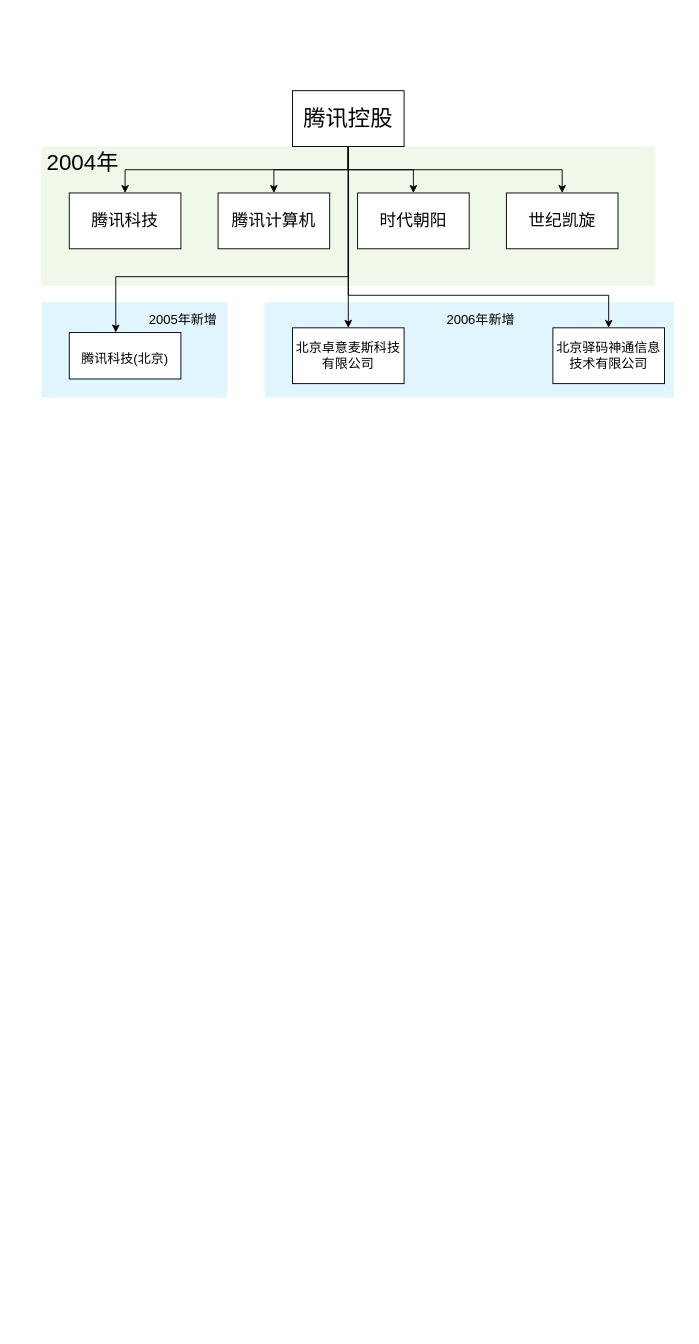
Above: 未命名绘图.drawio in whuWHX/MS (draw.io), before the change. Source tidied: cells renumbered, new cells numbered last; positions are measured from the earlier drawing's top-left corner, leaving out a move shared by most shapes. Both pictures are drawn from the tidied source at 93%, with x=0, y=0 at pixel (41, 90).
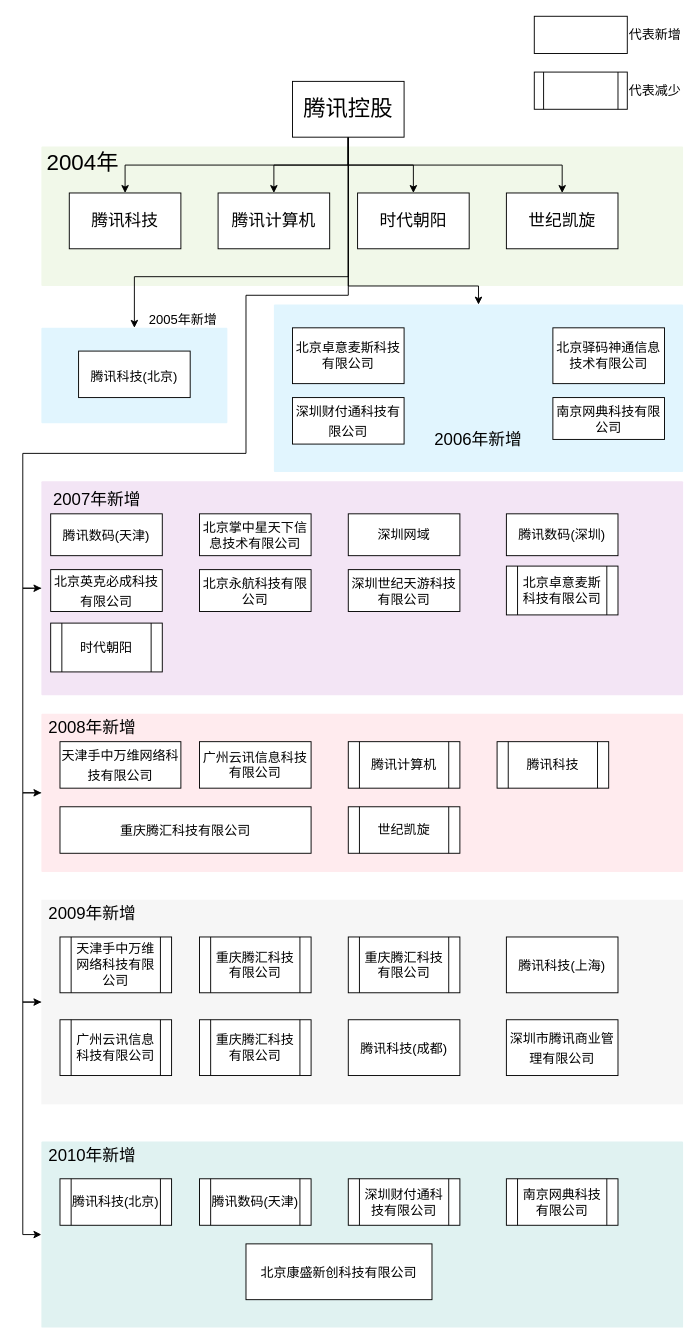
After the change.

Commit message (it also covers changes not shown here):
更新未命名绘图.drawio

Unchanged cells that the change refers to:
```xml
<mxCell id="19" value="北京卓意麦斯科技有限公司" style="rounded=0;whiteSpace=wrap;html=1;fontSize=14;" parent="1" vertex="1">
  <mxGeometry x="270" y="255" width="120" height="60" as="geometry" />
</mxCell>
<mxCell id="20" value="北京驿码神通信息技术有限公司" style="rounded=0;whiteSpace=wrap;html=1;fontSize=14;" parent="1" vertex="1">
  <mxGeometry x="550" y="255" width="120" height="60" as="geometry" />
</mxCell>
```

Diff of the diagram source:
```diff
@@
+    <mxCell id="23" style="sketch=0;points=[[0,0,0],[0.25,0,0],[0.5,0,0],[0.75,0,0],[1,0,0],[1,0.25,0],[1,0.5,0],[1,0.75,0],[1,1,0],[0.75,1,0],[0.5,1,0],[0.25,1,0],[0,1,0],[0,0.75,0],[0,0.5,0],[0,0.25,0]];rounded=1;absoluteArcSize=1;arcSize=2;html=1;strokeColor=none;gradientColor=none;shadow=0;dashed=0;fontSize=12;fontColor=#9E9E9E;align=left;verticalAlign=top;spacing=10;spacingTop=-4;fillColor=#E0F2F1;" parent="1" vertex="1">
+      <mxGeometry y="1130" width="690" height="200" as="geometry" />
+    </mxCell>
+    <mxCell id="24" style="edgeStyle=orthogonalEdgeStyle;rounded=0;jettySize=auto;html=1;exitX=0;exitY=0.5;exitDx=0;exitDy=0;exitPerimeter=0;entryX=0;entryY=0.5;entryDx=0;entryDy=0;entryPerimeter=0;fontSize=14;" parent="1" edge="1" source="25" target="39">
+      <mxGeometry relative="1" as="geometry" />
+    </mxCell>
+    <mxCell id="25" style="sketch=0;points=[[0,0,0],[0.25,0,0],[0.5,0,0],[0.75,0,0],[1,0,0],[1,0.25,0],[1,0.5,0],[1,0.75,0],[1,1,0],[0.75,1,0],[0.5,1,0],[0.25,1,0],[0,1,0],[0,0.75,0],[0,0.5,0],[0,0.25,0]];rounded=1;absoluteArcSize=1;arcSize=2;html=1;strokeColor=none;gradientColor=none;shadow=0;dashed=0;fontSize=12;fontColor=#9E9E9E;align=left;verticalAlign=top;spacing=10;spacingTop=-4;fillColor=#F3E5F5;" parent="1" vertex="1">
+      <mxGeometry y="420" width="690" height="230" as="geometry" />
+    </mxCell>
     <mxCell id="2" style="sketch=0;points=[[0,0,0],[0.25,0,0],[0.5,0,0],[0.75,0,0],[1,0,0],[1,0.25,0],[1,0.5,0],[1,0.75,0],[1,1,0],[0.75,1,0],[0.5,1,0],[0.25,1,0],[0,1,0],[0,0.75,0],[0,0.5,0],[0,0.25,0]];rounded=1;absoluteArcSize=1;arcSize=2;html=1;strokeColor=none;gradientColor=none;shadow=0;dashed=0;fontSize=12;fontColor=#9E9E9E;align=left;verticalAlign=top;spacing=10;spacingTop=-4;fillColor=#E1F5FE;" parent="1" vertex="1">
-      <mxGeometry x="240" y="227.5" width="440" height="102.5" as="geometry" />
+      <mxGeometry x="250" y="230" width="440" height="180" as="geometry" />
     </mxCell>
     <mxCell id="3" style="sketch=0;points=[[0,0,0],[0.25,0,0],[0.5,0,0],[0.75,0,0],[1,0,0],[1,0.25,0],[1,0.5,0],[1,0.75,0],[1,1,0],[0.75,1,0],[0.5,1,0],[0.25,1,0],[0,1,0],[0,0.75,0],[0,0.5,0],[0,0.25,0]];rounded=1;absoluteArcSize=1;arcSize=2;html=1;strokeColor=none;gradientColor=none;shadow=0;dashed=0;fontSize=12;fontColor=#9E9E9E;align=left;verticalAlign=top;spacing=10;spacingTop=-4;fillColor=#E1F5FE;" parent="1" vertex="1">
-      <mxGeometry y="227.5" width="200" height="102.5" as="geometry" />
+      <mxGeometry y="255" width="200" height="102.5" as="geometry" />
     </mxCell>
     <mxCell id="4" style="sketch=0;rounded=1;absoluteArcSize=1;arcSize=2;html=1;strokeColor=none;gradientColor=none;shadow=0;dashed=0;fontSize=12;fontColor=#9E9E9E;align=left;verticalAlign=top;spacing=10;spacingTop=-4;fillColor=#F1F8E9;" parent="1" vertex="1">
-      <mxGeometry y="60" width="660" height="150" as="geometry" />
+      <mxGeometry y="60" width="690" height="150" as="geometry" />
     </mxCell>
@@
-    <mxCell id="9" style="edgeStyle=orthogonalEdgeStyle;rounded=0;jettySize=auto;html=1;exitX=0.5;exitY=1;exitDx=0;exitDy=0;fontSize=24;" parent="1" edge="1" source="12" target="18">
+    <mxCell id="9" style="edgeStyle=orthogonalEdgeStyle;rounded=0;jettySize=auto;html=1;exitX=0.5;exitY=1;exitDx=0;exitDy=0;fontSize=24;entryX=0.5;entryY=0;entryDx=0;entryDy=0;entryPerimeter=0;" parent="1" edge="1" source="12" target="3">
       <mxGeometry relative="1" as="geometry">
         <Array as="points">
           <mxPoint x="330" y="200" />
-          <mxPoint x="80" y="200" />
+          <mxPoint x="100" y="200" />
         </Array>
       </mxGeometry>
     </mxCell>
-    <mxCell id="10" style="edgeStyle=orthogonalEdgeStyle;rounded=0;jettySize=auto;html=1;exitX=0.5;exitY=1;exitDx=0;exitDy=0;fontSize=14;" parent="1" edge="1" source="12" target="19">
-      <mxGeometry relative="1" as="geometry">
-        <Array as="points">
-          <mxPoint x="330" y="260" />
-        </Array>
-      </mxGeometry>
-    </mxCell>
-    <mxCell id="11" style="edgeStyle=orthogonalEdgeStyle;rounded=0;jettySize=auto;html=1;exitX=0.5;exitY=1;exitDx=0;exitDy=0;fontSize=14;" parent="1" edge="1" source="12" target="20">
-      <mxGeometry relative="1" as="geometry">
-        <Array as="points">
-          <mxPoint x="330" y="220" />
-          <mxPoint x="610" y="220" />
-        </Array>
-      </mxGeometry>
-    </mxCell>
+    <mxCell id="26" style="edgeStyle=orthogonalEdgeStyle;rounded=0;jettySize=auto;html=1;exitX=0.5;exitY=1;exitDx=0;exitDy=0;entryX=0.5;entryY=0;entryDx=0;entryDy=0;entryPerimeter=0;fontSize=14;" parent="1" edge="1" source="12" target="2">
+      <mxGeometry relative="1" as="geometry">
+        <Array as="points">
+          <mxPoint x="330" y="210" />
+          <mxPoint x="470" y="210" />
+        </Array>
+      </mxGeometry>
+    </mxCell>
+    <mxCell id="27" style="edgeStyle=orthogonalEdgeStyle;rounded=0;jettySize=auto;html=1;exitX=0.5;exitY=1;exitDx=0;exitDy=0;entryX=0;entryY=0.5;entryDx=0;entryDy=0;entryPerimeter=0;fontSize=14;" parent="1" edge="1" source="12" target="25">
+      <mxGeometry relative="1" as="geometry">
+        <Array as="points">
+          <mxPoint x="330" y="220" />
+          <mxPoint x="220" y="220" />
+          <mxPoint x="220" y="390" />
+          <mxPoint x="-20" y="390" />
+          <mxPoint x="-20" y="535" />
+        </Array>
+      </mxGeometry>
+    </mxCell>
     <mxCell id="12" value="&lt;font style=&quot;font-size: 24px&quot;&gt;腾讯控股&lt;/font&gt;" style="rounded=0;whiteSpace=wrap;html=1;" parent="1" vertex="1">
-      <mxGeometry x="270" width="120" height="60" as="geometry" />
+      <mxGeometry x="270" y="-10" width="120" height="60" as="geometry" />
     </mxCell>
@@
     <mxCell id="18" value="&lt;font style=&quot;font-size: 14px&quot;&gt;腾讯科技(北京)&lt;/font&gt;" style="rounded=0;whiteSpace=wrap;html=1;fontSize=24;" parent="1" vertex="1">
-      <mxGeometry x="30" y="260" width="120" height="50" as="geometry" />
+      <mxGeometry x="40" y="280" width="120" height="50" as="geometry" />
     </mxCell>
@@
-    <mxCell id="22" value="2006年新增" style="text;strokeColor=none;fillColor=none;align=left;verticalAlign=middle;spacingLeft=4;spacingRight=4;overflow=hidden;fontSize=14;" parent="1" vertex="1">
-      <mxGeometry x="430" y="230" width="90" height="30" as="geometry" />
+    <mxCell id="22" value="&lt;font style=&quot;font-size: 18px&quot;&gt;2006年新增&lt;/font&gt;" style="text;html=1;strokeColor=none;fillColor=none;align=center;verticalAlign=middle;whiteSpace=wrap;rounded=0;fontSize=14;" parent="1" vertex="1">
+      <mxGeometry x="410" y="360" width="120" height="30" as="geometry" />
     </mxCell>
+    <mxCell id="28" value="&lt;font style=&quot;font-size: 14px&quot;&gt;深圳财付通科技有限公司&lt;/font&gt;" style="rounded=0;whiteSpace=wrap;html=1;fontSize=18;" parent="1" vertex="1">
+      <mxGeometry x="270" y="330" width="120" height="50" as="geometry" />
+    </mxCell>
+    <mxCell id="29" value="南京网典科技有限公司" style="rounded=0;whiteSpace=wrap;html=1;fontSize=14;" parent="1" vertex="1">
+      <mxGeometry x="550" y="330" width="120" height="45" as="geometry" />
+    </mxCell>
+    <mxCell id="30" value="&lt;font style=&quot;font-size: 18px&quot;&gt;2007年新增&lt;/font&gt;" style="text;html=1;strokeColor=none;fillColor=none;align=center;verticalAlign=middle;whiteSpace=wrap;rounded=0;fontSize=14;" parent="1" vertex="1">
+      <mxGeometry y="425" width="120" height="30" as="geometry" />
+    </mxCell>
+    <mxCell id="31" value="&lt;font style=&quot;font-size: 14px&quot;&gt;腾讯数码(天津)&lt;/font&gt;" style="rounded=0;whiteSpace=wrap;html=1;fontSize=18;" parent="1" vertex="1">
+      <mxGeometry x="10" y="455" width="120" height="45" as="geometry" />
+    </mxCell>
+    <mxCell id="32" value="&lt;font style=&quot;font-size: 14px&quot;&gt;北京英克必成科技有限公司&lt;/font&gt;" style="rounded=0;whiteSpace=wrap;html=1;fontSize=18;" parent="1" vertex="1">
+      <mxGeometry x="10" y="515" width="120" height="45" as="geometry" />
+    </mxCell>
+    <mxCell id="33" value="北京掌中星天下信息技术有限公司" style="rounded=0;whiteSpace=wrap;html=1;fontSize=14;" parent="1" vertex="1">
+      <mxGeometry x="170" y="455" width="120" height="45" as="geometry" />
+    </mxCell>
+    <mxCell id="34" value="北京永航科技有限公司" style="rounded=0;whiteSpace=wrap;html=1;fontSize=14;" parent="1" vertex="1">
+      <mxGeometry x="170" y="515" width="120" height="45" as="geometry" />
+    </mxCell>
+    <mxCell id="35" value="深圳网域" style="rounded=0;whiteSpace=wrap;html=1;fontSize=14;" parent="1" vertex="1">
+      <mxGeometry x="330" y="455" width="120" height="45" as="geometry" />
+    </mxCell>
+    <mxCell id="36" value="深圳世纪天游科技有限公司" style="rounded=0;whiteSpace=wrap;html=1;fontSize=14;" parent="1" vertex="1">
+      <mxGeometry x="330" y="515" width="120" height="45" as="geometry" />
+    </mxCell>
+    <mxCell id="37" value="腾讯数码(深圳)" style="rounded=0;whiteSpace=wrap;html=1;fontSize=14;" parent="1" vertex="1">
+      <mxGeometry x="500" y="455" width="120" height="45" as="geometry" />
+    </mxCell>
+    <mxCell id="38" style="edgeStyle=orthogonalEdgeStyle;rounded=0;jettySize=auto;html=1;exitX=0;exitY=0.5;exitDx=0;exitDy=0;exitPerimeter=0;fontSize=14;entryX=0;entryY=0.5;entryDx=0;entryDy=0;" parent="1" edge="1" source="39" target="53">
+      <mxGeometry relative="1" as="geometry">
+        <Array as="points">
+          <mxPoint x="-20" y="755" />
+          <mxPoint x="-20" y="980" />
+          <mxPoint y="980" />
+        </Array>
+      </mxGeometry>
+    </mxCell>
+    <mxCell id="39" style="sketch=0;points=[[0,0,0],[0.25,0,0],[0.5,0,0],[0.75,0,0],[1,0,0],[1,0.25,0],[1,0.5,0],[1,0.75,0],[1,1,0],[0.75,1,0],[0.5,1,0],[0.25,1,0],[0,1,0],[0,0.75,0],[0,0.5,0],[0,0.25,0]];rounded=1;absoluteArcSize=1;arcSize=2;html=1;strokeColor=none;gradientColor=none;shadow=0;dashed=0;fontSize=12;fontColor=#9E9E9E;align=left;verticalAlign=top;spacing=10;spacingTop=-4;fillColor=#FFEBEE;" parent="1" vertex="1">
+      <mxGeometry y="670" width="690" height="170" as="geometry" />
+    </mxCell>
+    <mxCell id="40" value="&lt;font style=&quot;font-size: 18px&quot;&gt;2008年新增&lt;/font&gt;" style="text;html=1;strokeColor=none;fillColor=none;align=center;verticalAlign=middle;whiteSpace=wrap;rounded=0;fontSize=14;" parent="1" vertex="1">
+      <mxGeometry y="670" width="110" height="30" as="geometry" />
+    </mxCell>
+    <mxCell id="41" value="&lt;font style=&quot;font-size: 14px&quot;&gt;天津手中万维网络科技有限公司&lt;/font&gt;" style="rounded=0;whiteSpace=wrap;html=1;fontSize=18;" parent="1" vertex="1">
+      <mxGeometry x="20" y="700" width="130" height="50" as="geometry" />
+    </mxCell>
+    <mxCell id="42" value="广州云讯信息科技有限公司" style="rounded=0;whiteSpace=wrap;html=1;fontSize=14;" parent="1" vertex="1">
+      <mxGeometry x="170" y="700" width="120" height="50" as="geometry" />
+    </mxCell>
+    <mxCell id="43" value="&lt;span style=&quot;font-size: 14px&quot;&gt;重庆腾汇科技有限公司&lt;/span&gt;" style="rounded=0;whiteSpace=wrap;html=1;fontSize=18;" parent="1" vertex="1">
+      <mxGeometry x="20" y="770" width="270" height="50" as="geometry" />
+    </mxCell>
+    <mxCell id="44" value="&lt;span&gt;北京卓意麦斯科技有限公司&lt;/span&gt;" style="shape=process;whiteSpace=wrap;html=1;backgroundOutline=1;fontSize=14;" parent="1" vertex="1">
+      <mxGeometry x="500" y="511.2" width="120" height="52.5" as="geometry" />
+    </mxCell>
+    <mxCell id="45" style="rounded=0;whiteSpace=wrap;html=1;fontSize=14;" parent="1" vertex="1">
+      <mxGeometry x="530" y="-80" width="100" height="40" as="geometry" />
+    </mxCell>
+    <mxCell id="46" style="shape=process;whiteSpace=wrap;html=1;backgroundOutline=1;fontSize=14;" parent="1" vertex="1">
+      <mxGeometry x="530" y="-20" width="100" height="40" as="geometry" />
+    </mxCell>
+    <mxCell id="47" value="代表新增" style="text;html=1;strokeColor=none;fillColor=none;align=center;verticalAlign=middle;whiteSpace=wrap;rounded=0;fontSize=14;" parent="1" vertex="1">
+      <mxGeometry x="630" y="-75" width="60" height="30" as="geometry" />
+    </mxCell>
+    <mxCell id="48" value="代表减少" style="text;html=1;strokeColor=none;fillColor=none;align=center;verticalAlign=middle;whiteSpace=wrap;rounded=0;fontSize=14;" parent="1" vertex="1">
+      <mxGeometry x="630" y="-15" width="60" height="30" as="geometry" />
+    </mxCell>
+    <mxCell id="49" value="腾讯计算机" style="shape=process;whiteSpace=wrap;html=1;backgroundOutline=1;fontSize=14;" parent="1" vertex="1">
+      <mxGeometry x="330" y="700" width="120" height="50" as="geometry" />
+    </mxCell>
+    <mxCell id="50" value="世纪凯旋" style="shape=process;whiteSpace=wrap;html=1;backgroundOutline=1;fontSize=14;" parent="1" vertex="1">
+      <mxGeometry x="330" y="770" width="120" height="50" as="geometry" />
+    </mxCell>
+    <mxCell id="51" value="腾讯科技" style="shape=process;whiteSpace=wrap;html=1;backgroundOutline=1;fontSize=14;" parent="1" vertex="1">
+      <mxGeometry x="490" y="700" width="120" height="50" as="geometry" />
+    </mxCell>
+    <mxCell id="52" style="edgeStyle=orthogonalEdgeStyle;rounded=0;jettySize=auto;html=1;exitX=0;exitY=0.5;exitDx=0;exitDy=0;fontSize=14;entryX=0;entryY=0.5;entryDx=0;entryDy=0;entryPerimeter=0;" parent="1" edge="1" source="53" target="23">
+      <mxGeometry relative="1" as="geometry" />
+    </mxCell>
+    <mxCell id="53" style="fillColor=#F6F6F6;strokeColor=none;shadow=0;gradientColor=none;fontSize=14;align=left;spacing=10;fontColor=#717171;9E9E9E;verticalAlign=top;spacingTop=-4;fontStyle=0;spacingLeft=40;html=1;" parent="1" vertex="1">
+      <mxGeometry y="870" width="690" height="220" as="geometry" />
+    </mxCell>
+    <mxCell id="54" value="&lt;font style=&quot;font-size: 18px&quot;&gt;2009年新增&lt;/font&gt;" style="text;html=1;strokeColor=none;fillColor=none;align=center;verticalAlign=middle;whiteSpace=wrap;rounded=0;fontSize=14;" parent="1" vertex="1">
+      <mxGeometry y="870" width="110" height="30" as="geometry" />
+    </mxCell>
+    <mxCell id="55" value="&lt;span&gt;天津手中万维网络科技有限公司&lt;/span&gt;" style="shape=process;whiteSpace=wrap;html=1;backgroundOutline=1;fontSize=14;" parent="1" vertex="1">
+      <mxGeometry x="20" y="910" width="120" height="60" as="geometry" />
+    </mxCell>
+    <mxCell id="56" value="广州云讯信息科技有限公司" style="shape=process;whiteSpace=wrap;html=1;backgroundOutline=1;fontSize=14;" parent="1" vertex="1">
+      <mxGeometry x="20" y="999" width="120" height="60" as="geometry" />
+    </mxCell>
+    <mxCell id="57" value="重庆腾汇科技有限公司" style="shape=process;whiteSpace=wrap;html=1;backgroundOutline=1;fontSize=14;" parent="1" vertex="1">
+      <mxGeometry x="170" y="910" width="120" height="60" as="geometry" />
+    </mxCell>
+    <mxCell id="58" value="重庆腾汇科技有限公司" style="shape=process;whiteSpace=wrap;html=1;backgroundOutline=1;fontSize=14;" parent="1" vertex="1">
+      <mxGeometry x="170" y="999" width="120" height="60" as="geometry" />
+    </mxCell>
+    <mxCell id="59" value="重庆腾汇科技有限公司" style="shape=process;whiteSpace=wrap;html=1;backgroundOutline=1;fontSize=14;" parent="1" vertex="1">
+      <mxGeometry x="330" y="910" width="120" height="60" as="geometry" />
+    </mxCell>
+    <mxCell id="60" value="&lt;span&gt;时代朝阳&lt;/span&gt;" style="shape=process;whiteSpace=wrap;html=1;backgroundOutline=1;fontSize=14;" parent="1" vertex="1">
+      <mxGeometry x="10" y="572.5" width="120" height="52.5" as="geometry" />
+    </mxCell>
+    <mxCell id="61" value="&lt;font style=&quot;font-size: 14px&quot;&gt;腾讯科技(上海)&lt;/font&gt;" style="rounded=0;whiteSpace=wrap;html=1;fontSize=18;" parent="1" vertex="1">
+      <mxGeometry x="500" y="910" width="120" height="60" as="geometry" />
+    </mxCell>
+    <mxCell id="62" value="&lt;font style=&quot;font-size: 14px&quot;&gt;腾讯科技(成都)&lt;/font&gt;" style="rounded=0;whiteSpace=wrap;html=1;fontSize=18;" parent="1" vertex="1">
+      <mxGeometry x="330" y="999" width="120" height="60" as="geometry" />
+    </mxCell>
+    <mxCell id="63" value="&lt;font style=&quot;font-size: 14px&quot;&gt;深圳市腾讯商业管理有限公司&lt;/font&gt;" style="rounded=0;whiteSpace=wrap;html=1;fontSize=18;" parent="1" vertex="1">
+      <mxGeometry x="500" y="999" width="120" height="60" as="geometry" />
+    </mxCell>
+    <mxCell id="64" value="&lt;font style=&quot;font-size: 18px&quot;&gt;2010年新增&lt;/font&gt;" style="text;html=1;strokeColor=none;fillColor=none;align=center;verticalAlign=middle;whiteSpace=wrap;rounded=0;fontSize=14;" parent="1" vertex="1">
+      <mxGeometry y="1130" width="110" height="30" as="geometry" />
+    </mxCell>
+    <mxCell id="65" value="腾讯科技(北京)" style="shape=process;whiteSpace=wrap;html=1;backgroundOutline=1;fontSize=14;" parent="1" vertex="1">
+      <mxGeometry x="20" y="1170" width="120" height="50" as="geometry" />
+    </mxCell>
+    <mxCell id="66" value="腾讯数码(天津)" style="shape=process;whiteSpace=wrap;html=1;backgroundOutline=1;fontSize=14;" parent="1" vertex="1">
+      <mxGeometry x="170" y="1170" width="120" height="50" as="geometry" />
+    </mxCell>
+    <mxCell id="67" value="深圳财付通科技有限公司" style="shape=process;whiteSpace=wrap;html=1;backgroundOutline=1;fontSize=14;" parent="1" vertex="1">
+      <mxGeometry x="330" y="1170" width="120" height="50" as="geometry" />
+    </mxCell>
+    <mxCell id="68" value="南京网典科技有限公司" style="shape=process;whiteSpace=wrap;html=1;backgroundOutline=1;fontSize=14;" parent="1" vertex="1">
+      <mxGeometry x="500" y="1170" width="120" height="50" as="geometry" />
+    </mxCell>
+    <mxCell id="69" value="&lt;font style=&quot;font-size: 14px&quot;&gt;北京康盛新创科技有限公司&lt;/font&gt;" style="rounded=0;whiteSpace=wrap;html=1;fontSize=18;" parent="1" vertex="1">
+      <mxGeometry x="220" y="1240" width="200" height="60" as="geometry" />
+    </mxCell>
```
